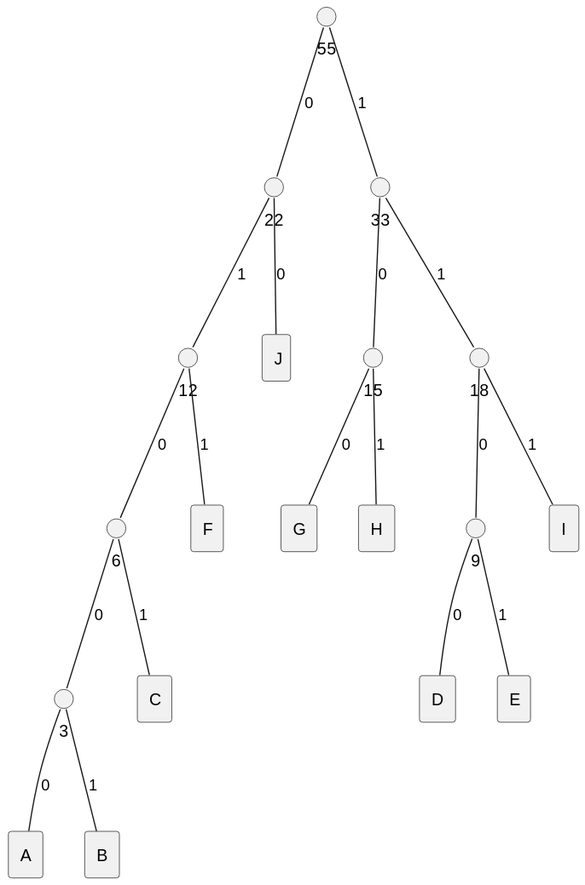
Earlier version of the PlantUML export exercises/images/exercise-2.71.svg (waridh/sicp). Its diagram source:
```plantuml
@startuml
circle 55
circle 22
circle 33
circle 12
circle 15
circle 18
circle 6
circle 9
circle 3

rectangle A
rectangle B
rectangle C
rectangle D
rectangle E
rectangle F
rectangle G
rectangle H
rectangle I
rectangle J

55 --  22: 0
55 --  33: 1

22 -- J: 0
22 -- 12: 1

33 -- 15: 0
33 -- 18: 1

12 -- 6: 0
12 -- F: 1
15 -- G: 0
15 -- H: 1
18 -- 9: 0
18 -- I: 1
6 -- 3: 0
6 -- C: 1
9 -- D: 0
9 -- E: 1
3 -- A: 0
3 -- B: 1
@enduml
```
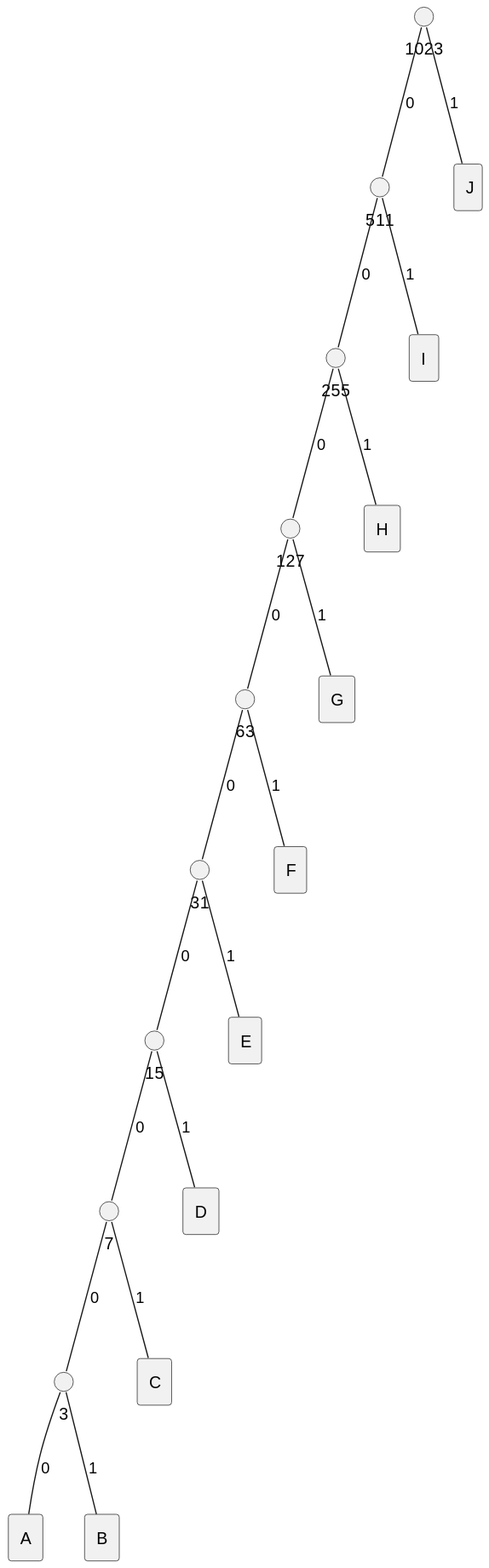
After the commit.

Commit message:
completed exercise 2.72

What changed in the source:
```diff
@@ -1,12 +1,12 @@
 @startuml
-circle 55
-circle 22
-circle 33
-circle 12
+circle 1023
+circle 511
+circle 255
+circle 127
+circle 63
+circle 31
 circle 15
-circle 18
-circle 6
-circle 9
+circle 7
 circle 3
 
 rectangle A
@@ -20,25 +20,28 @@
 rectangle I
 rectangle J
 
-55 --  22: 0
-55 --  33: 1
+1023 --  511: 0
+1023 --  J: 1
 
-22 -- J: 0
-22 -- 12: 1
+511 -- 255: 0
+511 -- I: 1
 
-33 -- 15: 0
-33 -- 18: 1
+255 -- 127: 0
+255 -- H: 1
 
-12 -- 6: 0
-12 -- F: 1
-15 -- G: 0
-15 -- H: 1
-18 -- 9: 0
-18 -- I: 1
-6 -- 3: 0
-6 -- C: 1
-9 -- D: 0
-9 -- E: 1
+127 -- 63: 0
+127 -- G: 1
+
+63 -- 31: 0
+63 -- F: 1
+
+31 -- 15: 0
+31 -- E: 1
+
+15 -- 7: 0
+15 -- D: 1
+7 -- 3: 0
+7 -- C: 1
 3 -- A: 0
 3 -- B: 1
 @enduml
```
